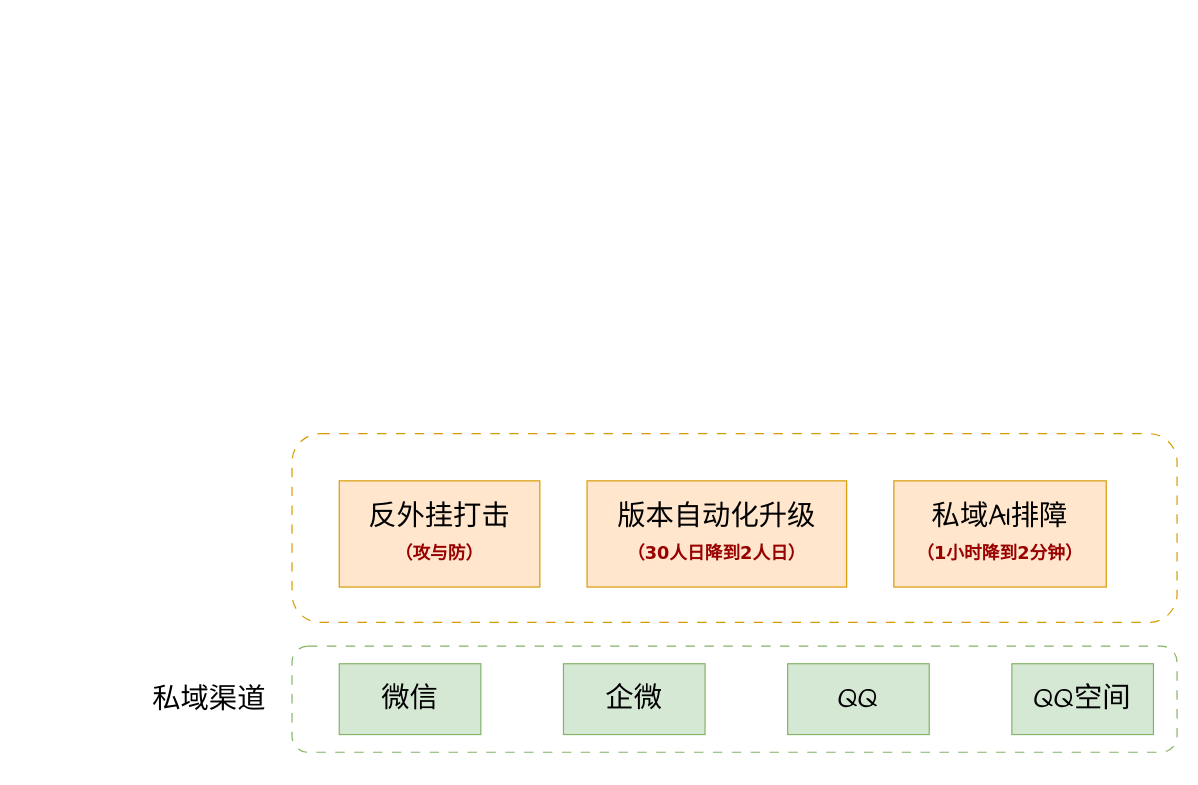
The draw.io diagram 私域工具终极形态.drawio in skindhu/9GAG, before the edit. Source tidied: cells renumbered, new cells numbered last; positions are measured from the earlier drawing's top-left corner, leaving out a move shared by most shapes. Both pictures are drawn from the tidied source at 118%, with x=0, y=0 at pixel (126, 433).
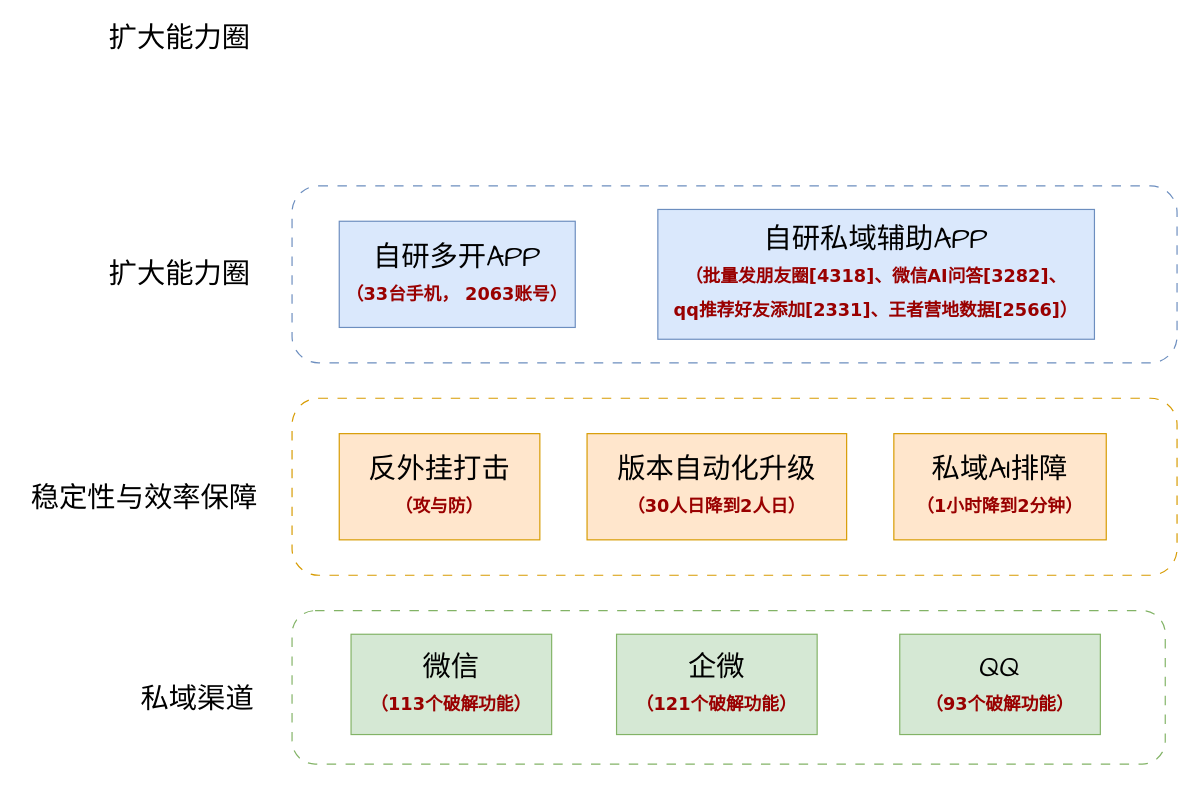
The same diagram, later.

Commit message (it also covers changes not shown here):
更新私域工具终极形态.drawio

Diff of the diagram source:
```diff
@@
 <mxGraphModel>
   <root>
     <mxCell id="0" />
     <mxCell id="1" parent="0" />
     <mxCell id="2" style="rounded=1;whiteSpace=wrap;html=1;hachureGap=4;strokeColor=#82b366;align=center;verticalAlign=middle;fontFamily=Architects Daughter;fontSize=12;fillColor=none;dashed=1;dashPattern=8 8;" parent="1" vertex="1">
-      <mxGeometry x="140" y="180" width="750" height="90" as="geometry" />
+      <mxGeometry x="140" y="150" width="740" height="130" as="geometry" />
     </mxCell>
-    <mxCell id="3" value="微信" style="rounded=0;whiteSpace=wrap;html=1;hachureGap=4;strokeColor=#82b366;align=center;verticalAlign=middle;fontFamily=Architects Daughter;fontSize=24;fillColor=#d5e8d4;" parent="1" vertex="1">
-      <mxGeometry x="180" y="195" width="120" height="60" as="geometry" />
+    <mxCell id="3" value="微信&lt;br&gt;&lt;b style=&quot;color: rgb(153, 0, 0); font-family: Verdana; font-size: 15px;&quot;&gt;（113个破解功能）&lt;/b&gt;" style="rounded=0;whiteSpace=wrap;html=1;hachureGap=4;strokeColor=#82b366;align=center;verticalAlign=middle;fontFamily=Architects Daughter;fontSize=24;fillColor=#d5e8d4;" parent="1" vertex="1">
+      <mxGeometry x="190" y="170" width="170" height="85" as="geometry" />
     </mxCell>
-    <mxCell id="4" value="企微" style="rounded=0;whiteSpace=wrap;html=1;hachureGap=4;strokeColor=#82b366;align=center;verticalAlign=middle;fontFamily=Architects Daughter;fontSize=24;fillColor=#d5e8d4;" parent="1" vertex="1">
-      <mxGeometry x="370" y="195" width="120" height="60" as="geometry" />
-    </mxCell>
-    <mxCell id="5" value="QQ" style="rounded=0;whiteSpace=wrap;html=1;hachureGap=4;strokeColor=#82b366;align=center;verticalAlign=middle;fontFamily=Architects Daughter;fontSize=24;fillColor=#d5e8d4;" parent="1" vertex="1">
-      <mxGeometry x="560" y="195" width="120" height="60" as="geometry" />
-    </mxCell>
-    <mxCell id="6" value="QQ空间" style="rounded=0;whiteSpace=wrap;html=1;hachureGap=4;strokeColor=#82b366;align=center;verticalAlign=middle;fontFamily=Architects Daughter;fontSize=24;fillColor=#d5e8d4;" parent="1" vertex="1">
-      <mxGeometry x="750" y="195" width="120" height="60" as="geometry" />
-    </mxCell>
     <mxCell id="7" value="私域渠道" style="text;html=1;align=center;verticalAlign=middle;whiteSpace=wrap;rounded=0;fontFamily=Helvetica;fontSize=24;fontColor=default;" parent="1" vertex="1">
-      <mxGeometry y="210" width="140" height="30" as="geometry" />
+      <mxGeometry x="-10" y="210" width="140" height="30" as="geometry" />
     </mxCell>
     <mxCell id="8" style="rounded=1;whiteSpace=wrap;html=1;hachureGap=4;strokeColor=#d79b00;align=center;verticalAlign=middle;fontFamily=Architects Daughter;fontSize=12;fillColor=none;dashed=1;dashPattern=8 8;" parent="1" vertex="1">
-      <mxGeometry x="140" width="750" height="160" as="geometry" />
+      <mxGeometry x="140" y="-30" width="750" height="150" as="geometry" />
     </mxCell>
     <mxCell id="9" value="反外挂打击&lt;div&gt;&lt;font face=&quot;Verdana&quot; style=&quot;font-size: 15px; color: rgb(153, 0, 0);&quot;&gt;&lt;b&gt;（攻与防）&lt;/b&gt;&lt;/font&gt;&lt;/div&gt;" style="rounded=0;whiteSpace=wrap;html=1;hachureGap=4;strokeColor=#d79b00;align=center;verticalAlign=middle;fontFamily=Architects Daughter;fontSize=24;fillColor=#ffe6cc;" parent="1" vertex="1">
-      <mxGeometry x="180" y="40" width="170" height="90" as="geometry" />
+      <mxGeometry x="180" width="170" height="90" as="geometry" />
     </mxCell>
     <mxCell id="10" value="版本自动化升级&lt;div&gt;&lt;font face=&quot;Verdana&quot; style=&quot;font-size: 15px; color: rgb(153, 0, 0);&quot;&gt;&lt;b&gt;（30人日降到2人日）&lt;/b&gt;&lt;/font&gt;&lt;/div&gt;" style="rounded=0;whiteSpace=wrap;html=1;hachureGap=4;strokeColor=#d79b00;align=center;verticalAlign=middle;fontFamily=Architects Daughter;fontSize=24;fillColor=#ffe6cc;" parent="1" vertex="1">
-      <mxGeometry x="390" y="40" width="220" height="90" as="geometry" />
+      <mxGeometry x="390" width="220" height="90" as="geometry" />
     </mxCell>
     <mxCell id="11" value="私域AI排障&lt;br&gt;&lt;div&gt;&lt;font face=&quot;Verdana&quot; style=&quot;font-size: 15px; color: rgb(153, 0, 0);&quot;&gt;&lt;b&gt;（1小时降到2分钟）&lt;/b&gt;&lt;/font&gt;&lt;/div&gt;" style="rounded=0;whiteSpace=wrap;html=1;hachureGap=4;strokeColor=#d79b00;align=center;verticalAlign=middle;fontFamily=Architects Daughter;fontSize=24;fillColor=#ffe6cc;" parent="1" vertex="1">
-      <mxGeometry x="650" y="40" width="180" height="90" as="geometry" />
+      <mxGeometry x="650" width="180" height="90" as="geometry" />
     </mxCell>
+    <mxCell id="12" value="企微&lt;br&gt;&lt;b style=&quot;color: rgb(153, 0, 0); font-family: Verdana; font-size: 15px;&quot;&gt;（121个破解功能）&lt;/b&gt;" style="rounded=0;whiteSpace=wrap;html=1;hachureGap=4;strokeColor=#82b366;align=center;verticalAlign=middle;fontFamily=Architects Daughter;fontSize=24;fillColor=#d5e8d4;" parent="1" vertex="1">
+      <mxGeometry x="415" y="170" width="170" height="85" as="geometry" />
+    </mxCell>
+    <mxCell id="13" value="QQ&lt;br&gt;&lt;b style=&quot;color: rgb(153, 0, 0); font-family: Verdana; font-size: 15px;&quot;&gt;（93个破解功能）&lt;/b&gt;" style="rounded=0;whiteSpace=wrap;html=1;hachureGap=4;strokeColor=#82b366;align=center;verticalAlign=middle;fontFamily=Architects Daughter;fontSize=24;fillColor=#d5e8d4;" parent="1" vertex="1">
+      <mxGeometry x="655" y="170" width="170" height="85" as="geometry" />
+    </mxCell>
+    <mxCell id="14" value="稳定性与效率保障" style="text;html=1;align=center;verticalAlign=middle;whiteSpace=wrap;rounded=0;fontFamily=Helvetica;fontSize=24;fontColor=default;" parent="1" vertex="1">
+      <mxGeometry x="-90" y="40" width="210" height="30" as="geometry" />
+    </mxCell>
+    <mxCell id="15" style="rounded=1;whiteSpace=wrap;html=1;hachureGap=4;strokeColor=#6c8ebf;align=center;verticalAlign=middle;fontFamily=Architects Daughter;fontSize=12;fillColor=none;dashed=1;dashPattern=8 8;" parent="1" vertex="1">
+      <mxGeometry x="140" y="-210" width="750" height="150" as="geometry" />
+    </mxCell>
+    <mxCell id="16" value="自研多开APP&lt;br&gt;&lt;div&gt;&lt;font face=&quot;Verdana&quot; style=&quot;font-size: 15px; color: rgb(153, 0, 0);&quot;&gt;&lt;b&gt;（33台手机， 2063账号）&lt;/b&gt;&lt;/font&gt;&lt;/div&gt;" style="rounded=0;whiteSpace=wrap;html=1;hachureGap=4;strokeColor=#6c8ebf;align=center;verticalAlign=middle;fontFamily=Architects Daughter;fontSize=24;fillColor=#dae8fc;" parent="1" vertex="1">
+      <mxGeometry x="180" y="-180" width="200" height="90" as="geometry" />
+    </mxCell>
+    <mxCell id="17" value="自研私域辅助APP&lt;br&gt;&lt;div&gt;&lt;font face=&quot;Verdana&quot; style=&quot;font-size: 15px; color: rgb(153, 0, 0);&quot;&gt;&lt;b&gt;（批量发朋友圈[4318]、微信AI问答[3282]、&lt;br&gt;qq推荐好友添加[2331]、王者营地数据[2566]）&lt;/b&gt;&lt;/font&gt;&lt;/div&gt;" style="rounded=0;whiteSpace=wrap;html=1;hachureGap=4;strokeColor=#6c8ebf;align=center;verticalAlign=middle;fontFamily=Architects Daughter;fontSize=24;fillColor=#dae8fc;" parent="1" vertex="1">
+      <mxGeometry x="450" y="-190" width="370" height="110" as="geometry" />
+    </mxCell>
+    <mxCell id="18" value="扩大能力圈" style="text;html=1;align=center;verticalAlign=middle;whiteSpace=wrap;rounded=0;fontFamily=Helvetica;fontSize=24;fontColor=default;" parent="1" vertex="1">
+      <mxGeometry x="-60" y="-150" width="210" height="30" as="geometry" />
+    </mxCell>
+    <mxCell id="19" value="扩大能力圈" style="text;html=1;align=center;verticalAlign=middle;whiteSpace=wrap;rounded=0;fontFamily=Helvetica;fontSize=24;fontColor=default;" parent="1" vertex="1">
+      <mxGeometry x="-60" y="-350" width="210" height="30" as="geometry" />
+    </mxCell>
   </root>
 </mxGraphModel>
```
